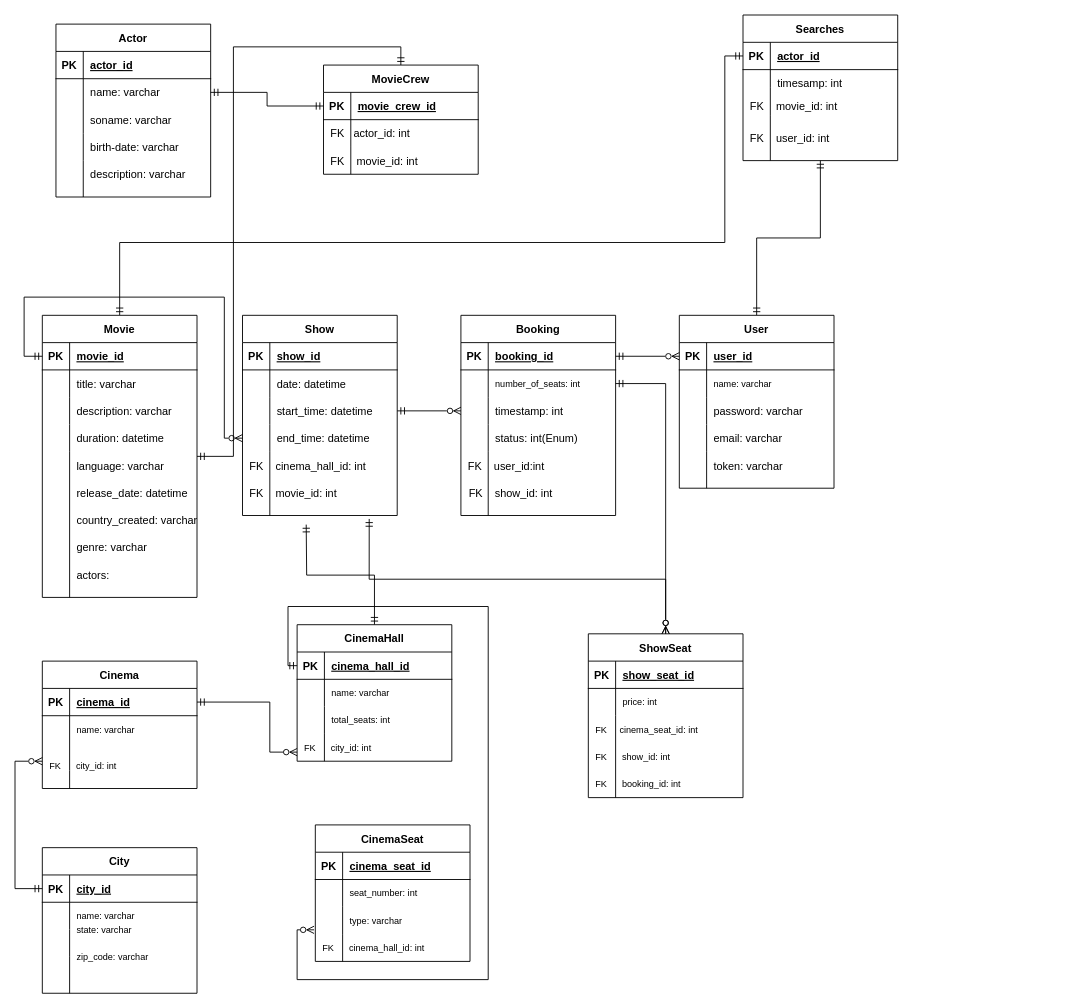
Before: page "Страница 3" (3 of 3) of db_schema.drawio in sanscrid6/db-labs, a draw.io diagram. Source tidied: cells renumbered, new cells numbered last; positions are measured from the earlier drawing's top-left corner, leaving out a move shared by most shapes. Both pictures are drawn from the tidied source at 91%, with x=0, y=0 at pixel (15, 15).
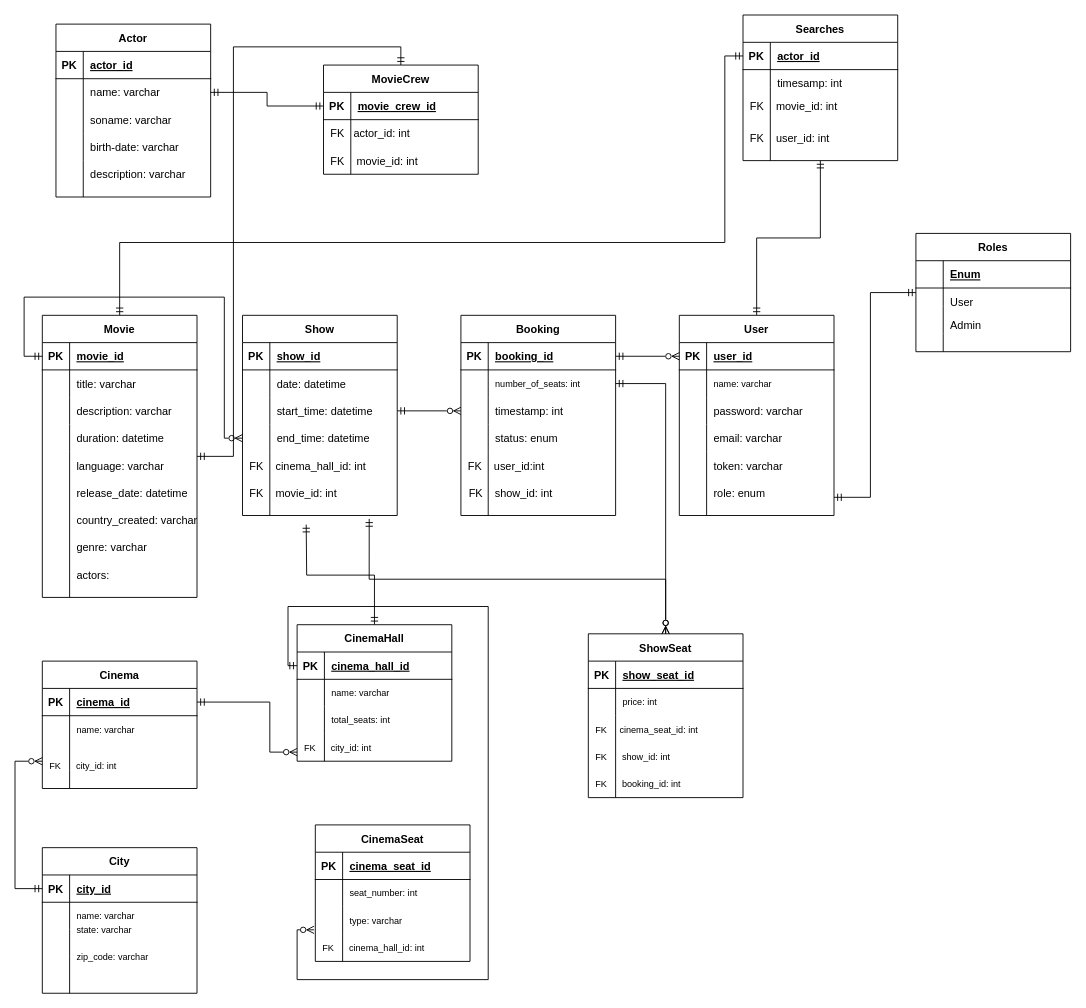
After the change.

Diff of the diagram source:
```diff
@@
-    <mxCell id="61" value="status: int(Enum)" style="shape=partialRectangle;fillColor=none;top=0;left=0;bottom=0;right=0;align=left;spacingLeft=6;overflow=hidden;" parent="1" vertex="1">
+    <mxCell id="61" value="status: enum" style="shape=partialRectangle;fillColor=none;top=0;left=0;bottom=0;right=0;align=left;spacingLeft=6;overflow=hidden;" parent="1" vertex="1">
       <mxGeometry x="520" y="450" width="140" height="30" as="geometry" />
     </mxCell>
@@
     <mxCell id="65" value="User" style="shape=table;startSize=30;childLayout=tableLayout;rowLines=0;fontStyle=1;align=center;swimlaneLine=1;" parent="1" vertex="1">
-      <mxGeometry x="730" y="330" width="170" height="190" as="geometry" />
+      <mxGeometry x="730" y="330" width="170" height="220" as="geometry" />
     </mxCell>
@@
     <mxCell id="78" style="shape=tableRow;horizontal=0;startSize=0;swimlaneHead=0;swimlaneBody=0;fillColor=none;top=0;left=0;right=0;bottom=0;" parent="65" vertex="1">
-      <mxGeometry y="150" width="170" height="40" as="geometry" />
+      <mxGeometry y="150" width="170" height="70" as="geometry" />
     </mxCell>
     <mxCell id="79" style="shape=partialRectangle;fillColor=none;top=0;left=0;bottom=0;right=0;overflow=hidden;" parent="78" vertex="1">
-      <mxGeometry width="30" height="40" as="geometry" />
+      <mxGeometry width="30" height="70" as="geometry" />
     </mxCell>
     <mxCell id="80" style="shape=partialRectangle;fillColor=none;top=0;left=0;bottom=0;right=0;align=left;spacingLeft=6;overflow=hidden;" parent="78" vertex="1">
-      <mxGeometry x="30" width="140" height="40" as="geometry" />
+      <mxGeometry x="30" width="140" height="70" as="geometry" />
     </mxCell>
@@
+    <mxCell id="215" style="edgeStyle=orthogonalEdgeStyle;rounded=0;jettySize=auto;html=1;fontSize=10;startArrow=ERmandOne;startFill=0;endArrow=ERmandOne;endFill=0;elbow=vertical;" parent="1" edge="1" source="216">
+      <mxGeometry relative="1" as="geometry">
+        <mxPoint x="900" y="530" as="targetPoint" />
+        <Array as="points">
+          <mxPoint x="940" y="305" />
+          <mxPoint x="940" y="530" />
+        </Array>
+      </mxGeometry>
+    </mxCell>
+    <mxCell id="216" value="Roles" style="shape=table;startSize=30;childLayout=tableLayout;rowLines=0;fontStyle=1;align=center;swimlaneLine=1;" parent="1" vertex="1">
+      <mxGeometry x="990" y="240" width="170" height="130" as="geometry" />
+    </mxCell>
+    <mxCell id="217" style="shape=tableRow;horizontal=0;startSize=0;swimlaneHead=0;swimlaneBody=0;fillColor=none;top=0;left=0;right=0;bottom=1;" parent="216" vertex="1">
+      <mxGeometry y="30" width="170" height="30" as="geometry" />
+    </mxCell>
+    <mxCell id="218" style="shape=partialRectangle;fillColor=none;top=0;left=0;bottom=0;right=0;fontStyle=1;overflow=hidden;" parent="217" vertex="1">
+      <mxGeometry width="30" height="30" as="geometry" />
+    </mxCell>
+    <mxCell id="219" value="Enum" style="shape=partialRectangle;fillColor=none;top=0;left=0;bottom=0;right=0;align=left;spacingLeft=6;fontStyle=5;overflow=hidden;" parent="217" vertex="1">
+      <mxGeometry x="30" width="140" height="30" as="geometry" />
+    </mxCell>
+    <mxCell id="220" style="shape=tableRow;horizontal=0;startSize=0;swimlaneHead=0;swimlaneBody=0;fillColor=none;top=0;left=0;right=0;bottom=0;" parent="216" vertex="1">
+      <mxGeometry y="60" width="170" height="20" as="geometry" />
+    </mxCell>
+    <mxCell id="221" style="shape=partialRectangle;fillColor=none;top=0;left=0;bottom=0;right=0;overflow=hidden;" parent="220" vertex="1">
+      <mxGeometry width="30" height="20" as="geometry" />
+    </mxCell>
+    <mxCell id="222" style="shape=partialRectangle;fillColor=none;top=0;left=0;bottom=0;right=0;align=left;spacingLeft=6;overflow=hidden;" parent="220" vertex="1">
+      <mxGeometry x="30" width="140" height="20" as="geometry" />
+    </mxCell>
+    <mxCell id="223" style="shape=tableRow;horizontal=0;startSize=0;swimlaneHead=0;swimlaneBody=0;fillColor=none;top=0;left=0;right=0;bottom=0;" parent="216" vertex="1">
+      <mxGeometry y="80" width="170" height="30" as="geometry" />
+    </mxCell>
+    <mxCell id="224" style="shape=partialRectangle;fillColor=none;top=0;left=0;bottom=0;right=0;overflow=hidden;" parent="223" vertex="1">
+      <mxGeometry width="30" height="30" as="geometry" />
+    </mxCell>
+    <mxCell id="225" style="shape=partialRectangle;fillColor=none;top=0;left=0;bottom=0;right=0;align=left;spacingLeft=6;overflow=hidden;" parent="223" vertex="1">
+      <mxGeometry x="30" width="140" height="30" as="geometry" />
+    </mxCell>
+    <mxCell id="226" style="shape=tableRow;horizontal=0;startSize=0;swimlaneHead=0;swimlaneBody=0;fillColor=none;top=0;left=0;right=0;bottom=0;" parent="216" vertex="1">
+      <mxGeometry y="110" width="170" height="20" as="geometry" />
+    </mxCell>
+    <mxCell id="227" style="shape=partialRectangle;fillColor=none;top=0;left=0;bottom=0;right=0;overflow=hidden;" parent="226" vertex="1">
+      <mxGeometry width="30" height="20" as="geometry" />
+    </mxCell>
+    <mxCell id="228" style="shape=partialRectangle;fillColor=none;top=0;left=0;bottom=0;right=0;align=left;spacingLeft=6;overflow=hidden;" parent="226" vertex="1">
+      <mxGeometry x="30" width="140" height="20" as="geometry" />
+    </mxCell>
+    <mxCell id="229" value="User" style="shape=partialRectangle;fillColor=none;top=0;left=0;bottom=0;right=0;align=left;spacingLeft=6;overflow=hidden;" parent="1" vertex="1">
+      <mxGeometry x="1020" y="300" width="130" height="30" as="geometry" />
+    </mxCell>
+    <mxCell id="230" value="Admin" style="shape=partialRectangle;fillColor=none;top=0;left=0;bottom=0;right=0;align=left;spacingLeft=6;overflow=hidden;" parent="1" vertex="1">
+      <mxGeometry x="1020" y="325" width="140" height="30" as="geometry" />
+    </mxCell>
+    <mxCell id="231" value="role: enum" style="shape=partialRectangle;fillColor=none;top=0;left=0;bottom=0;right=0;align=left;spacingLeft=6;overflow=hidden;" parent="1" vertex="1">
+      <mxGeometry x="760" y="510" width="140" height="30" as="geometry" />
+    </mxCell>
```
